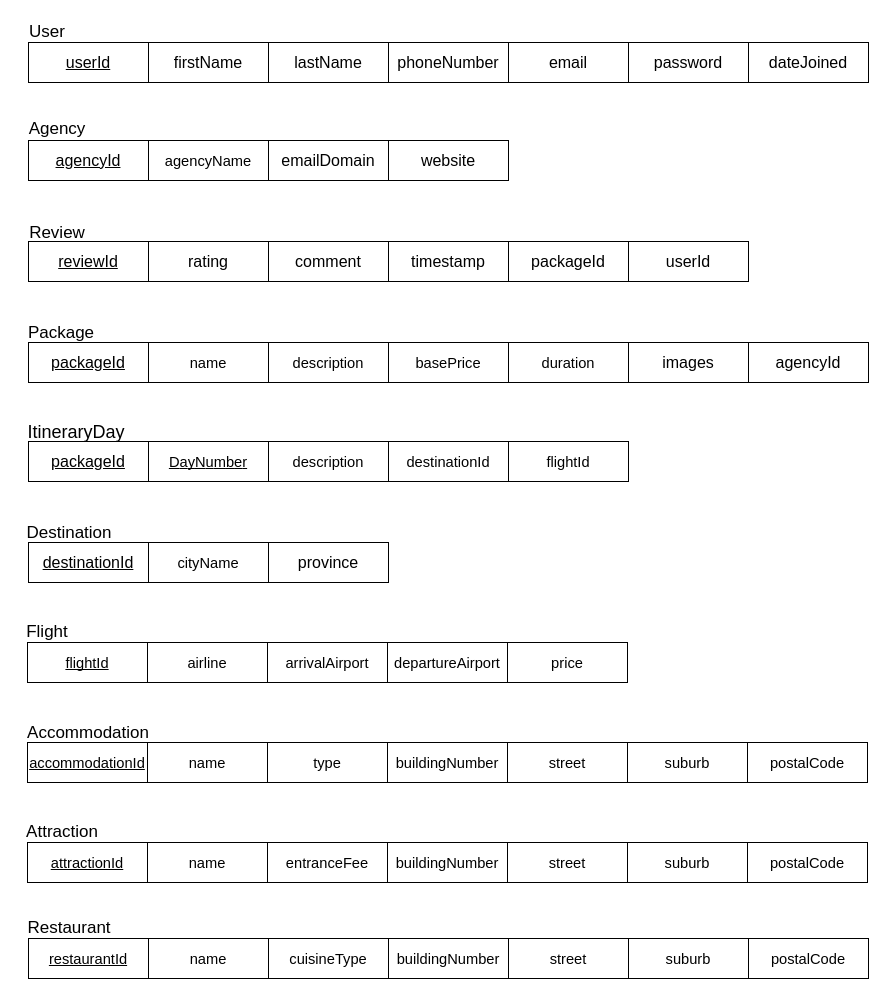
Chloe-Larsen/COS-221-Assignment-5 keeps this draw.io diagram as page "Step 2" (3 of 7) of Tripistry.drawio. Above is the earlier version. Source tidied: cells renumbered, new cells numbered last; positions are measured from the earlier drawing's top-left corner, leaving out a move shared by most shapes. Both pictures are drawn from the tidied source at 100%, with x=0, y=0 at pixel (17, 17).
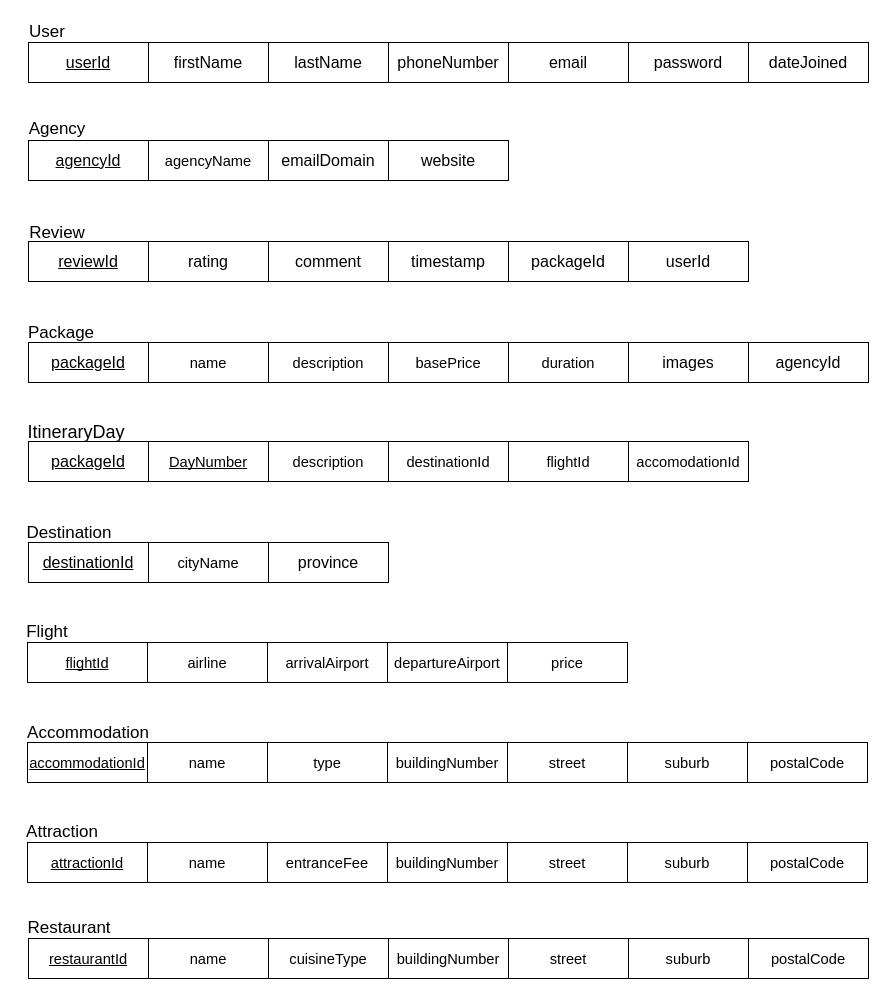
The same diagram, later.

Diff of the diagram source:
```diff
@@
+    <mxCell id="70" value="&lt;font face=&quot;Arial, sans-serif&quot;&gt;&lt;span style=&quot;font-size: 14.6667px; white-space-collapse: preserve;&quot;&gt;accomodationId&lt;/span&gt;&lt;/font&gt;" style="rounded=0;whiteSpace=wrap;html=1;fontSize=16;" parent="1" vertex="1">
+      <mxGeometry x="611" y="424" width="120" height="40" as="geometry" />
+    </mxCell>
```
